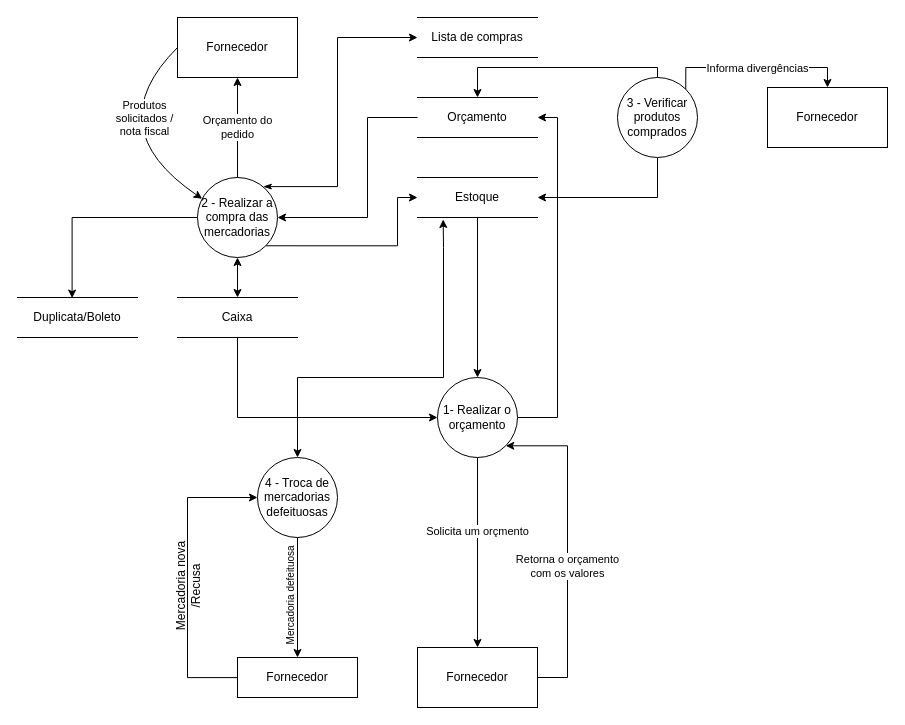
Above: docs/ARTEFATOS(15-23)/COMPRAR_PRODUTOS/DFD_COMPRAR_PRODUTOS.drawio in Darienzo08/ope_ads (draw.io), before the change. Source tidied: cells renumbered, new cells numbered last; positions are measured from the earlier drawing's top-left corner, leaving out a move shared by most shapes. Both pictures are drawn from the tidied source at 100%, with x=0, y=0 at pixel (17, 17).
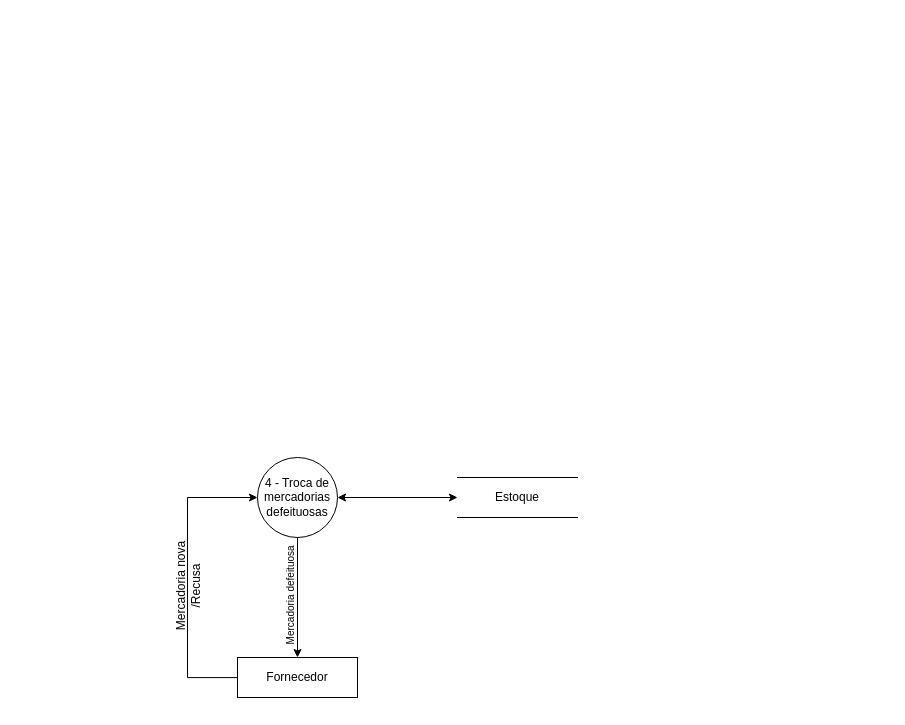
The same diagram, later.

Unchanged cells that the change refers to:
```xml
<mxCell id="10" value="4 - Troca de mercadorias defeituosas" style="ellipse;whiteSpace=wrap;html=1;" parent="1" vertex="1">
  <mxGeometry x="240" y="440" width="80" height="80" as="geometry" />
</mxCell>
```

Change to the diagram source:
```diff
@@
-    <mxCell id="2" style="edgeStyle=orthogonalEdgeStyle;rounded=0;jettySize=auto;html=1;startArrow=none;startFill=0;entryX=1;entryY=0.5;entryDx=0;entryDy=0;" parent="1" edge="1" source="3" target="14">
-      <mxGeometry relative="1" as="geometry">
-        <Array as="points">
-          <mxPoint x="540" y="400" />
-          <mxPoint x="540" y="100" />
-        </Array>
-      </mxGeometry>
-    </mxCell>
-    <mxCell id="3" value="1- Realizar o orçamento" style="ellipse;whiteSpace=wrap;html=1;" parent="1" vertex="1">
-      <mxGeometry x="420" y="360" width="80" height="80" as="geometry" />
-    </mxCell>
-    <mxCell id="4" style="edgeStyle=orthogonalEdgeStyle;rounded=0;jettySize=auto;html=1;entryX=0;entryY=0.5;entryDx=0;entryDy=0;exitX=1;exitY=1;exitDx=0;exitDy=0;" parent="1" edge="1" source="8" target="12">
-      <mxGeometry relative="1" as="geometry">
-        <Array as="points">
-          <mxPoint x="380" y="228" />
-          <mxPoint x="380" y="180" />
-        </Array>
-      </mxGeometry>
-    </mxCell>
-    <mxCell id="5" style="edgeStyle=orthogonalEdgeStyle;rounded=0;jettySize=auto;html=1;exitX=0;exitY=0.5;exitDx=0;exitDy=0;entryX=0.455;entryY=0.014;entryDx=0;entryDy=0;entryPerimeter=0;" parent="1" edge="1" source="8" target="23">
-      <mxGeometry relative="1" as="geometry">
-        <Array as="points">
-          <mxPoint x="55" y="200" />
-          <mxPoint x="55" y="281" />
-        </Array>
-      </mxGeometry>
-    </mxCell>
-    <mxCell id="6" style="edgeStyle=orthogonalEdgeStyle;rounded=0;jettySize=auto;html=1;entryX=0;entryY=0.5;entryDx=0;entryDy=0;startArrow=classicThin;startFill=1;exitX=0.823;exitY=0.114;exitDx=0;exitDy=0;exitPerimeter=0;" parent="1" edge="1" source="8" target="24">
-      <mxGeometry relative="1" as="geometry">
-        <Array as="points">
-          <mxPoint x="320" y="169" />
-          <mxPoint x="320" y="20" />
-        </Array>
-      </mxGeometry>
-    </mxCell>
-    <mxCell id="7" value="Orçamento do&lt;br&gt;pedido" style="edgeStyle=orthogonalEdgeStyle;rounded=0;jettySize=auto;html=1;entryX=0.5;entryY=1;entryDx=0;entryDy=0;" parent="1" edge="1" source="8" target="25">
-      <mxGeometry relative="1" as="geometry" />
-    </mxCell>
-    <mxCell id="8" value="2 - Realizar a compra das mercadorias" style="ellipse;whiteSpace=wrap;html=1;" parent="1" vertex="1">
-      <mxGeometry x="180" y="160" width="80" height="80" as="geometry" />
-    </mxCell>
-    <mxCell id="9" style="edgeStyle=orthogonalEdgeStyle;rounded=0;jettySize=auto;html=1;startArrow=classic;startFill=1;entryX=0.214;entryY=1.05;entryDx=0;entryDy=0;entryPerimeter=0;" parent="1" edge="1" source="10" target="12">
+    <mxCell id="9" style="edgeStyle=orthogonalEdgeStyle;rounded=0;jettySize=auto;html=1;startArrow=classic;startFill=1;entryX=0;entryY=0.5;entryDx=0;entryDy=0;exitX=1;exitY=0.5;exitDx=0;exitDy=0;" parent="1" edge="1" source="10" target="12">
       <mxGeometry relative="1" as="geometry">
         <Array as="points">
-          <mxPoint x="280" y="360" />
-          <mxPoint x="426" y="360" />
-          <mxPoint x="426" y="230" />
+          <mxPoint x="440" y="480" />
         </Array>
       </mxGeometry>
     </mxCell>
@@
-    <mxCell id="11" style="edgeStyle=orthogonalEdgeStyle;rounded=0;jettySize=auto;html=1;" parent="1" edge="1" source="12" target="3">
-      <mxGeometry relative="1" as="geometry" />
-    </mxCell>
     <mxCell id="12" value="Estoque" style="shape=partialRectangle;whiteSpace=wrap;html=1;left=0;right=0;fillColor=none;" parent="1" vertex="1">
-      <mxGeometry x="400" y="160" width="120" height="40" as="geometry" />
+      <mxGeometry x="440" y="460" width="120" height="40" as="geometry" />
     </mxCell>
-    <mxCell id="13" style="edgeStyle=orthogonalEdgeStyle;rounded=0;jettySize=auto;html=1;startArrow=none;startFill=0;entryX=1;entryY=0.5;entryDx=0;entryDy=0;exitX=0;exitY=0.5;exitDx=0;exitDy=0;" parent="1" edge="1" source="14" target="8">
-      <mxGeometry relative="1" as="geometry">
-        <Array as="points">
-          <mxPoint x="350" y="100" />
-          <mxPoint x="350" y="200" />
-        </Array>
-      </mxGeometry>
-    </mxCell>
-    <mxCell id="14" value="Orçamento" style="shape=partialRectangle;whiteSpace=wrap;html=1;left=0;right=0;fillColor=none;" parent="1" vertex="1">
-      <mxGeometry x="400" y="80" width="120" height="40" as="geometry" />
-    </mxCell>
-    <mxCell id="15" style="edgeStyle=orthogonalEdgeStyle;rounded=0;jettySize=auto;html=1;entryX=0;entryY=0.5;entryDx=0;entryDy=0;" parent="1" edge="1" source="17" target="3">
-      <mxGeometry relative="1" as="geometry">
-        <Array as="points">
-          <mxPoint x="220" y="400" />
-        </Array>
-      </mxGeometry>
-    </mxCell>
-    <mxCell id="16" style="edgeStyle=orthogonalEdgeStyle;rounded=0;jettySize=auto;html=1;startArrow=classic;startFill=1;" parent="1" edge="1" source="8" target="17">
-      <mxGeometry relative="1" as="geometry" />
-    </mxCell>
-    <mxCell id="17" value="Caixa" style="shape=partialRectangle;whiteSpace=wrap;html=1;left=0;right=0;fillColor=none;" parent="1" vertex="1">
-      <mxGeometry x="160" y="280" width="120" height="40" as="geometry" />
-    </mxCell>
@@
-    <mxCell id="23" value="Duplicata/Boleto" style="shape=partialRectangle;whiteSpace=wrap;html=1;left=0;right=0;fillColor=none;" parent="1" vertex="1">
-      <mxGeometry y="280" width="120" height="40" as="geometry" />
-    </mxCell>
-    <mxCell id="24" value="Lista de compras" style="shape=partialRectangle;whiteSpace=wrap;html=1;left=0;right=0;fillColor=none;" parent="1" vertex="1">
-      <mxGeometry x="400" width="120" height="40" as="geometry" />
-    </mxCell>
-    <mxCell id="25" value="Fornecedor" style="rounded=0;whiteSpace=wrap;html=1;" parent="1" vertex="1">
-      <mxGeometry x="160" width="120" height="60" as="geometry" />
-    </mxCell>
-    <mxCell id="26" style="curved=1;endArrow=classic;html=1;exitX=0;exitY=0.5;exitDx=0;exitDy=0;entryX=0.058;entryY=0.266;entryDx=0;entryDy=0;entryPerimeter=0;" parent="1" edge="1" source="25" target="8">
-      <mxGeometry relative="1" as="geometry">
-        <Array as="points">
-          <mxPoint x="80" y="110" />
-        </Array>
-      </mxGeometry>
-    </mxCell>
-    <mxCell id="27" value="Produtos&lt;br&gt;solicitados / &lt;br&gt;nota fiscal" style="edgeLabel;html=1;align=center;verticalAlign=middle;" parent="26" vertex="1">
-      <mxGeometry x="-0.47" y="16" relative="1" as="geometry">
-        <mxPoint y="14" as="offset" />
-      </mxGeometry>
-    </mxCell>
-    <mxCell id="28" style="edgeStyle=orthogonalEdgeStyle;rounded=0;jettySize=auto;html=1;startArrow=none;startFill=0;exitX=0.5;exitY=1;exitDx=0;exitDy=0;" parent="1" edge="1" source="3" target="31">
-      <mxGeometry relative="1" as="geometry" />
-    </mxCell>
-    <mxCell id="29" value="Solicita um orçmento" style="edgeLabel;html=1;align=center;verticalAlign=middle;" parent="28" vertex="1">
-      <mxGeometry x="-0.23" y="-1" relative="1" as="geometry" />
-    </mxCell>
-    <mxCell id="30" value="Retorna o orçamento&lt;br&gt;com os valores" style="edgeStyle=orthogonalEdgeStyle;jettySize=auto;html=1;startArrow=none;startFill=0;rounded=0;entryX=1;entryY=1;entryDx=0;entryDy=0;exitX=1;exitY=0.5;exitDx=0;exitDy=0;" parent="1" edge="1" source="31" target="3">
-      <mxGeometry x="-0.13" relative="1" as="geometry">
-        <Array as="points">
-          <mxPoint x="550" y="660" />
-          <mxPoint x="550" y="428" />
-        </Array>
-      </mxGeometry>
-    </mxCell>
-    <mxCell id="31" value="Fornecedor" style="rounded=0;whiteSpace=wrap;html=1;" parent="1" vertex="1">
-      <mxGeometry x="400" y="630" width="120" height="60" as="geometry" />
-    </mxCell>
-    <mxCell id="32" style="edgeStyle=orthogonalEdgeStyle;rounded=0;jettySize=auto;html=1;startArrow=none;startFill=0;entryX=1;entryY=0.5;entryDx=0;entryDy=0;" parent="1" edge="1" source="34" target="12">
-      <mxGeometry relative="1" as="geometry">
-        <Array as="points">
-          <mxPoint x="640" y="180" />
-        </Array>
-      </mxGeometry>
-    </mxCell>
-    <mxCell id="33" style="edgeStyle=orthogonalEdgeStyle;rounded=0;jettySize=auto;html=1;startArrow=none;startFill=0;entryX=0.5;entryY=0;entryDx=0;entryDy=0;exitX=0.5;exitY=0;exitDx=0;exitDy=0;" parent="1" edge="1" source="34" target="14">
-      <mxGeometry relative="1" as="geometry">
-        <Array as="points">
-          <mxPoint x="640" y="50" />
-          <mxPoint x="460" y="50" />
-        </Array>
-      </mxGeometry>
-    </mxCell>
-    <mxCell id="34" value="3 - Verificar produtos comprados" style="ellipse;whiteSpace=wrap;html=1;" parent="1" vertex="1">
-      <mxGeometry x="600" y="60" width="80" height="80" as="geometry" />
-    </mxCell>
-    <mxCell id="35" style="edgeStyle=orthogonalEdgeStyle;rounded=0;jettySize=auto;html=1;startArrow=none;startFill=0;entryX=0.5;entryY=0;entryDx=0;entryDy=0;exitX=1;exitY=0;exitDx=0;exitDy=0;" parent="1" edge="1" source="34" target="37">
-      <mxGeometry relative="1" as="geometry">
-        <Array as="points">
-          <mxPoint x="668" y="50" />
-          <mxPoint x="810" y="50" />
-        </Array>
-      </mxGeometry>
-    </mxCell>
-    <mxCell id="36" value="Informa divergências" style="edgeLabel;html=1;align=center;verticalAlign=middle;" parent="35" vertex="1">
-      <mxGeometry x="-0.08" relative="1" as="geometry">
-        <mxPoint x="9.4" as="offset" />
-      </mxGeometry>
-    </mxCell>
-    <mxCell id="37" value="Fornecedor" style="rounded=0;whiteSpace=wrap;html=1;" parent="1" vertex="1">
-      <mxGeometry x="750" y="70" width="120" height="60" as="geometry" />
-    </mxCell>
```
